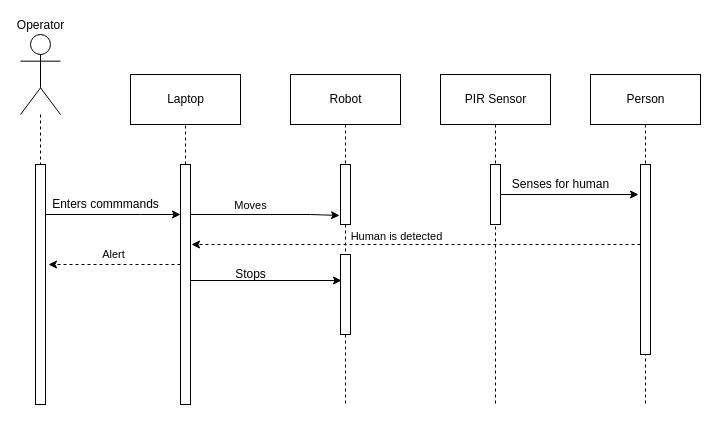
Earlier version of the draw.io diagram Untitled Diagram.drawio (shaurgupta/HumanDetectionROBOT). Source tidied: cells renumbered, new cells numbered last; positions are measured from the earlier drawing's top-left corner, leaving out a move shared by most shapes. Both pictures are drawn from the tidied source at 100%, with x=0, y=0 at pixel (20, 34).
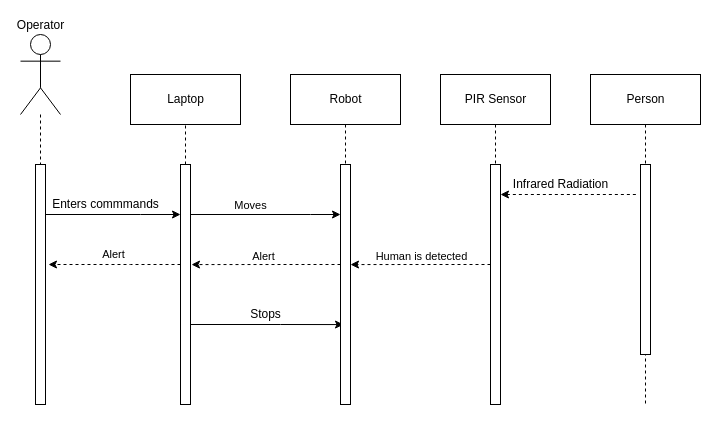
After the change.

Commit message:
Updated Sequence diagram

Unchanged cells that the change refers to:
```xml
<mxCell id="13" style="html=1;points=[];perimeter=orthogonalPerimeter;" parent="1" vertex="1">
  <mxGeometry x="160" y="130" width="10" height="240" as="geometry" />
</mxCell>
<mxCell id="28" style="html=1;points=[];perimeter=orthogonalPerimeter;" parent="1" vertex="1">
  <mxGeometry x="620" y="130" width="10" height="190" as="geometry" />
</mxCell>
```

Change to the diagram source:
```diff
@@
-    <mxCell id="8" style="edgeStyle=none;rounded=0;jettySize=auto;html=1;endArrow=classic;endFill=1;entryX=-0.1;entryY=0.85;entryDx=0;entryDy=0;entryPerimeter=0;" parent="1" edge="1" source="13" target="19">
+    <mxCell id="8" style="edgeStyle=none;rounded=0;jettySize=auto;html=1;endArrow=classic;endFill=1;" parent="1" edge="1" source="13" target="19">
       <mxGeometry relative="1" as="geometry">
         <Array as="points">
           <mxPoint x="290" y="180" />
         </Array>
       </mxGeometry>
     </mxCell>
@@
-    <mxCell id="10" style="edgeStyle=none;rounded=0;jettySize=auto;html=1;endArrow=classic;endFill=1;entryX=0.1;entryY=0.325;entryDx=0;entryDy=0;entryPerimeter=0;" parent="1" edge="1" source="13" target="29">
-      <mxGeometry relative="1" as="geometry" />
+    <mxCell id="10" style="edgeStyle=none;rounded=0;jettySize=auto;html=1;endArrow=classic;endFill=1;entryX=0.3;entryY=0.667;entryDx=0;entryDy=0;entryPerimeter=0;" parent="1" edge="1" source="13" target="19">
+      <mxGeometry relative="1" as="geometry">
+        <Array as="points">
+          <mxPoint x="260" y="290" />
+        </Array>
+      </mxGeometry>
     </mxCell>
@@
-    <mxCell id="15" style="edgeStyle=orthogonalEdgeStyle;rounded=0;jettySize=auto;html=1;endArrow=none;endFill=0;dashed=1;" parent="1" edge="1" source="29">
-      <mxGeometry relative="1" as="geometry">
-        <mxPoint x="325" y="370" as="targetPoint" />
-      </mxGeometry>
-    </mxCell>
@@
-    <mxCell id="18" style="edgeStyle=none;rounded=0;jettySize=auto;html=1;endArrow=none;endFill=0;dashed=1;" parent="1" edge="1" source="19" target="29">
-      <mxGeometry relative="1" as="geometry" />
+    <mxCell id="18" style="edgeStyle=none;rounded=0;jettySize=auto;html=1;endArrow=none;endFill=0;dashed=1;" parent="1" edge="1" source="19">
+      <mxGeometry relative="1" as="geometry">
+        <mxPoint x="325" y="370" as="targetPoint" />
+      </mxGeometry>
     </mxCell>
+    <mxCell id="32" style="edgeStyle=none;rounded=0;jettySize=auto;html=1;dashed=1;startArrow=none;startFill=0;endArrow=classic;endFill=1;entryX=1.1;entryY=0.417;entryDx=0;entryDy=0;entryPerimeter=0;" parent="1" edge="1" source="19" target="13">
+      <mxGeometry relative="1" as="geometry">
+        <Array as="points">
+          <mxPoint x="280" y="230" />
+        </Array>
+      </mxGeometry>
+    </mxCell>
+    <mxCell id="33" value="&lt;div&gt;Alert&lt;/div&gt;" style="edgeLabel;html=1;align=center;verticalAlign=bottom;labelPosition=center;verticalLabelPosition=top;" parent="32" vertex="1">
+      <mxGeometry x="0.05" relative="1" as="geometry" />
+    </mxCell>
     <mxCell id="19" style="html=1;points=[];perimeter=orthogonalPerimeter;" parent="1" vertex="1">
-      <mxGeometry x="320" y="130" width="10" height="60" as="geometry" />
+      <mxGeometry x="320" y="130" width="10" height="240" as="geometry" />
     </mxCell>
@@
-    <mxCell id="22" style="rounded=0;jettySize=auto;html=1;endArrow=classic;endFill=1;" parent="1" edge="1" source="23">
+    <mxCell id="22" style="rounded=0;jettySize=auto;html=1;endArrow=none;endFill=0;startArrow=classic;startFill=1;dashed=1;" parent="1" edge="1" source="23">
       <mxGeometry relative="1" as="geometry">
         <mxPoint x="618" y="160" as="targetPoint" />
       </mxGeometry>
     </mxCell>
+    <mxCell id="34" style="edgeStyle=none;rounded=0;jettySize=auto;html=1;dashed=1;startArrow=none;startFill=0;endArrow=classic;endFill=1;entryX=1;entryY=0.417;entryDx=0;entryDy=0;entryPerimeter=0;" parent="1" edge="1" source="23" target="19">
+      <mxGeometry relative="1" as="geometry">
+        <Array as="points">
+          <mxPoint x="410" y="230" />
+        </Array>
+      </mxGeometry>
+    </mxCell>
+    <mxCell id="27" value="&lt;div&gt;Human is detected&lt;/div&gt;" style="edgeLabel;html=1;align=center;verticalAlign=bottom;labelPosition=center;verticalLabelPosition=top;" parent="34" vertex="1">
+      <mxGeometry x="0.17" y="2" relative="1" as="geometry">
+        <mxPoint x="12" y="-2" as="offset" />
+      </mxGeometry>
+    </mxCell>
     <mxCell id="23" style="html=1;points=[];perimeter=orthogonalPerimeter;" parent="1" vertex="1">
-      <mxGeometry x="470" y="130" width="10" height="60" as="geometry" />
+      <mxGeometry x="470" y="130" width="10" height="240" as="geometry" />
     </mxCell>
@@
-    <mxCell id="26" style="rounded=0;jettySize=auto;html=1;endArrow=classic;endFill=1;dashed=1;" parent="1" edge="1" source="28">
-      <mxGeometry relative="1" as="geometry">
-        <mxPoint x="171" y="210" as="targetPoint" />
-        <Array as="points">
-          <mxPoint x="350" y="210" />
-        </Array>
-      </mxGeometry>
-    </mxCell>
-    <mxCell id="27" value="&lt;div&gt;Human is detected&lt;/div&gt;" style="edgeLabel;html=1;align=center;verticalAlign=bottom;labelPosition=center;verticalLabelPosition=top;" parent="26" vertex="1">
-      <mxGeometry x="0.09" relative="1" as="geometry" />
-    </mxCell>
@@
-    <mxCell id="29" style="html=1;points=[];perimeter=orthogonalPerimeter;" parent="1" vertex="1">
-      <mxGeometry x="320" y="220" width="10" height="80" as="geometry" />
-    </mxCell>
     <mxCell id="30" value="Stops" style="text;html=1;align=center;verticalAlign=middle;" parent="1" vertex="1">
-      <mxGeometry x="205" y="230" width="50" height="20" as="geometry" />
+      <mxGeometry x="220" y="270" width="50" height="20" as="geometry" />
     </mxCell>
-    <mxCell id="31" value="Senses for human" style="text;html=1;align=center;verticalAlign=middle;" parent="1" vertex="1">
+    <mxCell id="31" value="Infrared Radiation" style="text;html=1;align=center;verticalAlign=middle;" parent="1" vertex="1">
       <mxGeometry x="485" y="140" width="110" height="20" as="geometry" />
     </mxCell>
```
